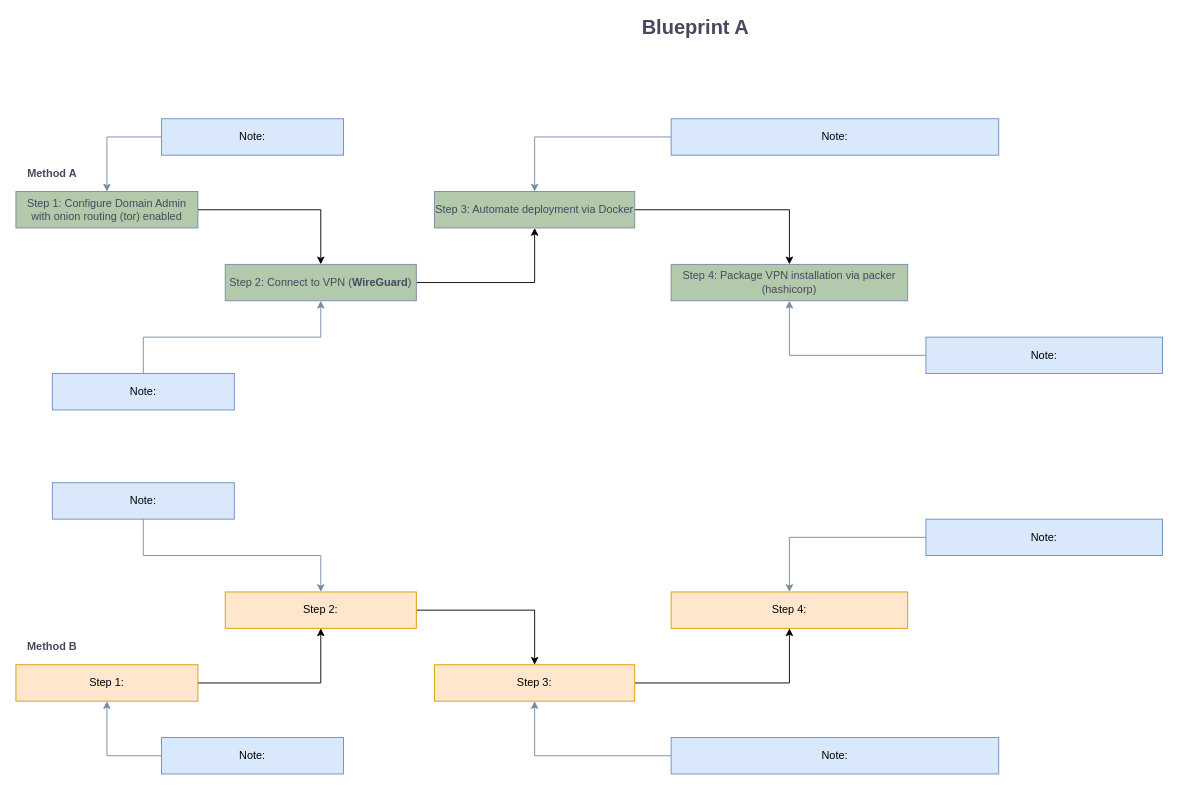
This is demo.drawio from ycaedes/diagram, a draw.io file, before an edit. Source tidied: cells renumbered, new cells numbered last; positions are measured from the earlier drawing's top-left corner, leaving out a move shared by most shapes. Both pictures are drawn from the tidied source at 91%, with x=0, y=0 at pixel (15, 18).
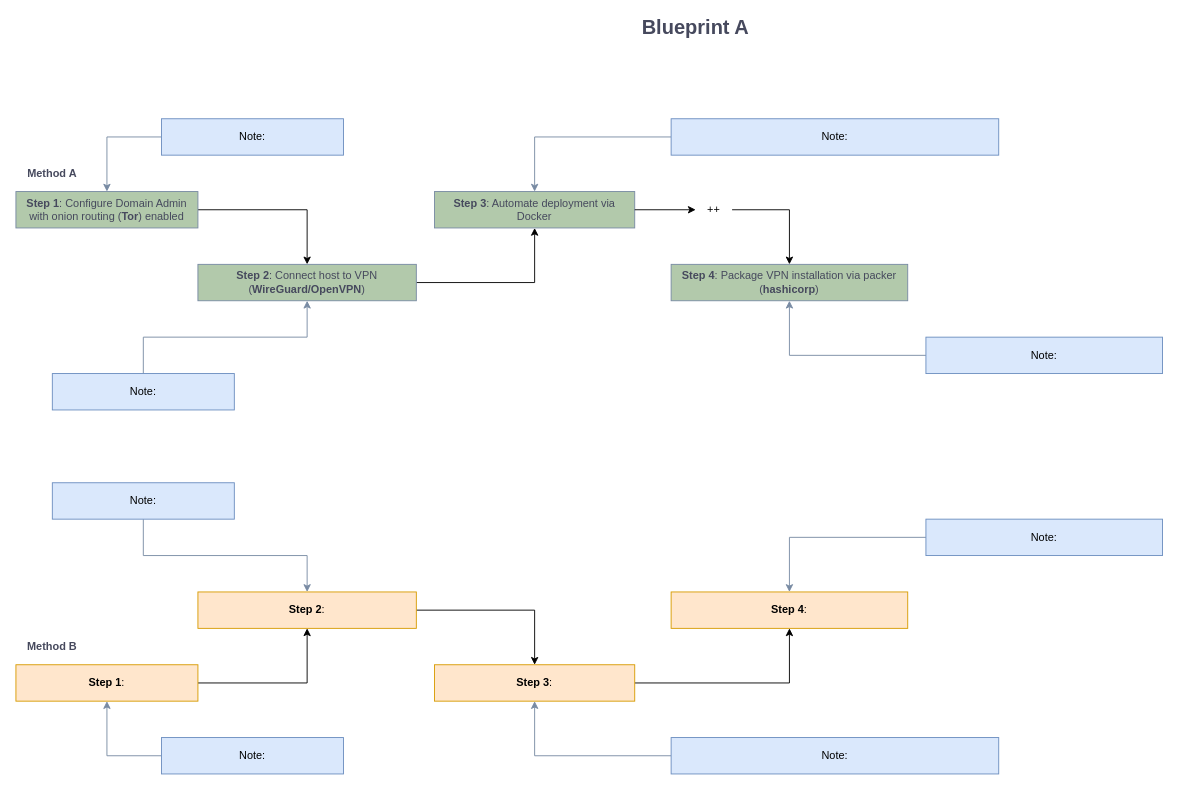
After the change.

The edit, as a diff of the source:
```diff
@@
-    <mxCell id="3" value="&lt;div&gt;Step 1: Configure Domain Admin&lt;/div&gt;&lt;div&gt;with onion routing (tor) enabled&lt;/div&gt;" style="whiteSpace=wrap;html=1;fontSize=12;glass=0;strokeWidth=1;shadow=0;fillColor=#B2C9AB;strokeColor=#788AA3;fontColor=#46495D;" parent="1" vertex="1">
+    <mxCell id="3" value="&lt;div&gt;&lt;b&gt;Step 1&lt;/b&gt;: Configure Domain Admin&lt;/div&gt;&lt;div&gt;with onion routing (&lt;b&gt;Tor&lt;/b&gt;) enabled&lt;/div&gt;" style="whiteSpace=wrap;html=1;fontSize=12;glass=0;strokeWidth=1;shadow=0;fillColor=#B2C9AB;strokeColor=#788AA3;fontColor=#46495D;" parent="1" vertex="1">
       <mxGeometry y="190" width="200" height="40" as="geometry" />
     </mxCell>
-    <mxCell id="4" value="Step 4: Package VPN installation via packer (hashicorp)" style="whiteSpace=wrap;html=1;fontSize=12;glass=0;strokeWidth=1;shadow=0;fillColor=#B2C9AB;strokeColor=#788AA3;fontColor=#46495D;" parent="1" vertex="1">
+    <mxCell id="4" value="&lt;b&gt;Step 4&lt;/b&gt;: Package VPN installation via packer (&lt;b&gt;hashicorp&lt;/b&gt;)" style="whiteSpace=wrap;html=1;fontSize=12;glass=0;strokeWidth=1;shadow=0;fillColor=#B2C9AB;strokeColor=#788AA3;fontColor=#46495D;" parent="1" vertex="1">
       <mxGeometry x="720" y="270" width="260" height="40" as="geometry" />
     </mxCell>
@@
-    <mxCell id="7" value="Step 2: Connect to VPN (&lt;b&gt;WireGuard&lt;/b&gt;)" style="rounded=0;whiteSpace=wrap;html=1;sketch=0;strokeColor=#788AA3;fillColor=#B2C9AB;fontSize=12;fontColor=#46495D;" parent="1" vertex="1">
-      <mxGeometry x="230" y="270" width="210" height="40" as="geometry" />
+    <mxCell id="7" value="&lt;b&gt;Step 2&lt;/b&gt;: Connect host to VPN (&lt;b&gt;WireGuard/OpenVPN&lt;/b&gt;)" style="rounded=0;whiteSpace=wrap;html=1;sketch=0;strokeColor=#788AA3;fillColor=#B2C9AB;fontSize=12;fontColor=#46495D;" parent="1" vertex="1">
+      <mxGeometry x="200" y="270" width="240" height="40" as="geometry" />
     </mxCell>
-    <mxCell id="8" style="edgeStyle=orthogonalEdgeStyle;rounded=0;sketch=0;jettySize=auto;html=1;exitX=1;exitY=0.5;exitDx=0;exitDy=0;endArrow=classic;endFill=1;endSize=6;fontSize=12;fontColor=#46495D;" parent="1" edge="1" source="9" target="4">
+    <mxCell id="8" style="edgeStyle=orthogonalEdgeStyle;rounded=0;sketch=0;jettySize=auto;html=1;exitX=1;exitY=0.5;exitDx=0;exitDy=0;endArrow=classic;endFill=1;endSize=6;fontSize=12;fontColor=#46495D;" parent="1" edge="1" source="35" target="4">
       <mxGeometry relative="1" as="geometry" />
     </mxCell>
-    <mxCell id="9" value="&lt;font face=&quot;Helvetica&quot;&gt;Step 3: Automate deployment via Docker&lt;/font&gt;" style="rounded=0;whiteSpace=wrap;html=1;sketch=0;strokeColor=#788AA3;fillColor=#B2C9AB;fontSize=12;fontColor=#46495D;" parent="1" vertex="1">
+    <mxCell id="9" value="&lt;font face=&quot;Helvetica&quot;&gt;&lt;b&gt;Step 3&lt;/b&gt;: Automate deployment via Docker&lt;/font&gt;" style="rounded=0;whiteSpace=wrap;html=1;sketch=0;strokeColor=#788AA3;fillColor=#B2C9AB;fontSize=12;fontColor=#46495D;" parent="1" vertex="1">
       <mxGeometry x="460" y="190" width="220" height="40" as="geometry" />
     </mxCell>
@@
-    <mxCell id="20" value="Step 1:" style="whiteSpace=wrap;html=1;fontSize=12;glass=0;strokeWidth=1;shadow=0;fillColor=#ffe6cc;strokeColor=#d79b00;" parent="1" vertex="1">
+    <mxCell id="20" value="&lt;b&gt;Step 1&lt;/b&gt;:" style="whiteSpace=wrap;html=1;fontSize=12;glass=0;strokeWidth=1;shadow=0;fillColor=#ffe6cc;strokeColor=#d79b00;" parent="1" vertex="1">
       <mxGeometry y="710" width="200" height="40" as="geometry" />
     </mxCell>
-    <mxCell id="21" value="Step 4:" style="whiteSpace=wrap;html=1;fontSize=12;glass=0;strokeWidth=1;shadow=0;fillColor=#ffe6cc;strokeColor=#d79b00;" parent="1" vertex="1">
+    <mxCell id="21" value="&lt;b&gt;Step 4&lt;/b&gt;:" style="whiteSpace=wrap;html=1;fontSize=12;glass=0;strokeWidth=1;shadow=0;fillColor=#ffe6cc;strokeColor=#d79b00;" parent="1" vertex="1">
       <mxGeometry x="720" y="630" width="260" height="40" as="geometry" />
     </mxCell>
@@
-    <mxCell id="23" value="Step 2:" style="rounded=0;whiteSpace=wrap;html=1;sketch=0;strokeColor=#d79b00;fillColor=#ffe6cc;fontSize=12;" parent="1" vertex="1">
-      <mxGeometry x="230" y="630" width="210" height="40" as="geometry" />
+    <mxCell id="23" value="&lt;b&gt;Step 2&lt;/b&gt;:" style="rounded=0;whiteSpace=wrap;html=1;sketch=0;strokeColor=#d79b00;fillColor=#ffe6cc;fontSize=12;" parent="1" vertex="1">
+      <mxGeometry x="200" y="630" width="240" height="40" as="geometry" />
     </mxCell>
@@
-    <mxCell id="25" value="Step 3:" style="rounded=0;whiteSpace=wrap;html=1;sketch=0;strokeColor=#d79b00;fillColor=#ffe6cc;fontSize=12;" parent="1" vertex="1">
+    <mxCell id="25" value="&lt;b&gt;Step 3&lt;/b&gt;:" style="rounded=0;whiteSpace=wrap;html=1;sketch=0;strokeColor=#d79b00;fillColor=#ffe6cc;fontSize=12;" parent="1" vertex="1">
       <mxGeometry x="460" y="710" width="220" height="40" as="geometry" />
     </mxCell>
@@
+    <mxCell id="35" value="++" style="text;html=1;strokeColor=none;fillColor=none;align=center;verticalAlign=middle;whiteSpace=wrap;rounded=0;" parent="1" vertex="1">
+      <mxGeometry x="747" y="200" width="40" height="20" as="geometry" />
+    </mxCell>
+    <mxCell id="36" style="edgeStyle=orthogonalEdgeStyle;rounded=0;sketch=0;jettySize=auto;html=1;exitX=1;exitY=0.5;exitDx=0;exitDy=0;endArrow=classic;endFill=1;endSize=6;fontSize=12;fontColor=#46495D;" parent="1" edge="1" source="9" target="35">
+      <mxGeometry relative="1" as="geometry" />
+    </mxCell>
```
